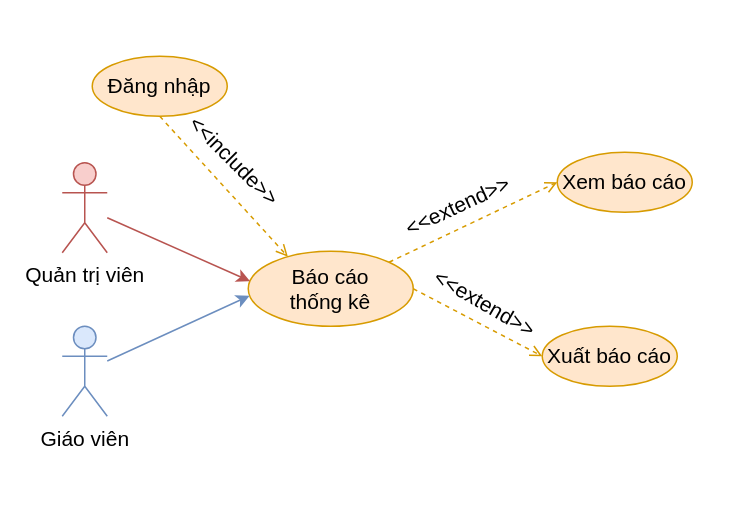
Above: Documents/draw/usecase/phan-ra/bao-cao-thong-ke.drawio in copecute/do-an-tot-nghiep (draw.io), before the change. Source tidied: cells renumbered, new cells numbered last; positions are measured from the earlier drawing's top-left corner, leaving out a move shared by most shapes. Both pictures are drawn from the tidied source at 150%, with x=0, y=0 at pixel (62, 56).
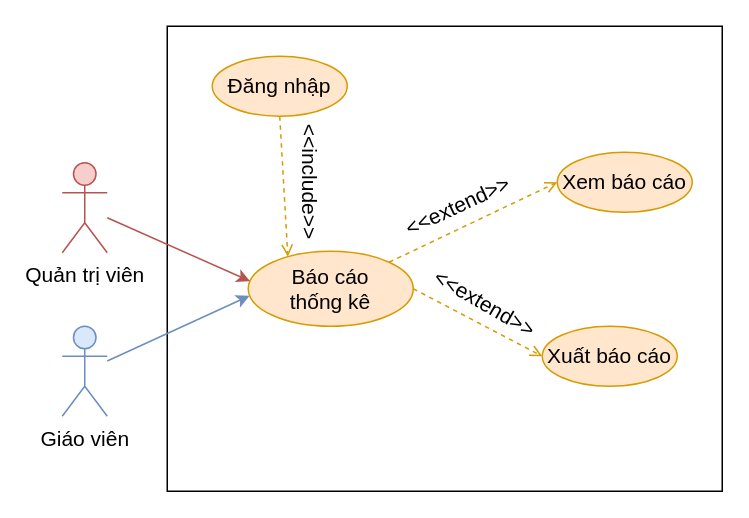
The same page after the edit.

Change to the diagram source:
```diff
@@
 <mxGraphModel>
   <root>
     <mxCell id="0" />
     <mxCell id="1" parent="0" />
+    <mxCell id="16" style="rounded=0;whiteSpace=wrap;html=1;" parent="1" vertex="1">
+      <mxGeometry x="70" y="-20" width="370" height="310" as="geometry" />
+    </mxCell>
     <mxCell id="2" value="Báo cáo&lt;br&gt;thống kê" style="ellipse;whiteSpace=wrap;html=1;fillColor=#ffe6cc;strokeColor=#d79b00;fontSize=14;" parent="1" vertex="1">
       <mxGeometry x="124" y="130" width="110" height="50" as="geometry" />
     </mxCell>
     <mxCell id="3" style="rounded=0;jettySize=auto;html=1;entryX=0;entryY=0.5;entryDx=0;entryDy=0;fillColor=#ffe6cc;strokeColor=#d79b00;exitX=1;exitY=0;exitDx=0;exitDy=0;dashed=1;fontSize=14;endArrow=open;endFill=0;" parent="1" edge="1" source="2" target="5">
       <mxGeometry relative="1" as="geometry" />
     </mxCell>
     <mxCell id="4" style="rounded=0;jettySize=auto;html=1;exitX=1;exitY=0.5;exitDx=0;exitDy=0;entryX=0;entryY=0.5;entryDx=0;entryDy=0;fillColor=#ffe6cc;strokeColor=#d79b00;dashed=1;fontSize=14;endArrow=open;endFill=0;" parent="1" edge="1" source="2" target="6">
       <mxGeometry relative="1" as="geometry" />
     </mxCell>
     <mxCell id="5" value="Xem báo cáo" style="ellipse;whiteSpace=wrap;html=1;fillColor=#ffe6cc;strokeColor=#d79b00;fontSize=14;" parent="1" vertex="1">
       <mxGeometry x="330" y="64" width="90" height="40" as="geometry" />
     </mxCell>
     <mxCell id="6" value="Xuất báo cáo" style="ellipse;whiteSpace=wrap;html=1;fillColor=#ffe6cc;strokeColor=#d79b00;fontSize=14;" parent="1" vertex="1">
       <mxGeometry x="320" y="180" width="90" height="40" as="geometry" />
     </mxCell>
     <mxCell id="7" value="&lt;font style=&quot;font-size: 14px;&quot;&gt;&amp;lt;&amp;lt;extend&amp;gt;&amp;gt;&lt;/font&gt;" style="text;html=1;strokeColor=none;fillColor=none;align=center;verticalAlign=middle;whiteSpace=wrap;rounded=0;rotation=-25;fontSize=14;" parent="1" vertex="1">
       <mxGeometry x="234" y="85" width="60" height="30" as="geometry" />
     </mxCell>
     <mxCell id="8" value="&lt;font style=&quot;font-size: 14px;&quot;&gt;&amp;lt;&amp;lt;extend&amp;gt;&amp;gt;&lt;/font&gt;" style="text;html=1;strokeColor=none;fillColor=none;align=center;verticalAlign=middle;whiteSpace=wrap;rounded=0;rotation=30;fontSize=14;" parent="1" vertex="1">
       <mxGeometry x="252" y="150" width="60" height="30" as="geometry" />
     </mxCell>
     <mxCell id="9" style="rounded=0;jettySize=auto;html=1;entryX=0.011;entryY=0.399;entryDx=0;entryDy=0;fillColor=#f8cecc;strokeColor=#b85450;fontSize=14;entryPerimeter=0;" parent="1" edge="1" source="10" target="2">
       <mxGeometry relative="1" as="geometry" />
     </mxCell>
     <mxCell id="10" value="Quản trị viên" style="shape=umlActor;verticalLabelPosition=bottom;verticalAlign=top;html=1;outlineConnect=0;fillColor=#f8cecc;strokeColor=#b85450;fontSize=14;" parent="1" vertex="1">
       <mxGeometry y="71" width="30" height="60" as="geometry" />
     </mxCell>
     <mxCell id="11" style="rounded=0;jettySize=auto;html=1;entryX=0.24;entryY=0.072;entryDx=0;entryDy=0;fillColor=#ffe6cc;strokeColor=#d79b00;endArrow=open;endFill=0;dashed=1;exitX=0.5;exitY=1;exitDx=0;exitDy=0;entryPerimeter=0;" parent="1" edge="1" source="12" target="2">
       <mxGeometry relative="1" as="geometry" />
     </mxCell>
     <mxCell id="12" value="Đăng nhập" style="ellipse;whiteSpace=wrap;html=1;fillColor=#ffe6cc;strokeColor=#d79b00;fontSize=14;" parent="1" vertex="1">
-      <mxGeometry x="20" width="90" height="40" as="geometry" />
+      <mxGeometry x="100" width="90" height="40" as="geometry" />
     </mxCell>
-    <mxCell id="13" value="&lt;font&gt;&amp;lt;&amp;lt;include&amp;gt;&amp;gt;&lt;/font&gt;" style="text;html=1;strokeColor=none;fillColor=none;align=center;verticalAlign=middle;whiteSpace=wrap;rounded=0;rotation=45;fontSize=14;" parent="1" vertex="1">
-      <mxGeometry x="85" y="55" width="60" height="30" as="geometry" />
+    <mxCell id="13" value="&lt;font&gt;&amp;lt;&amp;lt;include&amp;gt;&amp;gt;&lt;/font&gt;" style="text;html=1;strokeColor=none;fillColor=none;align=center;verticalAlign=middle;whiteSpace=wrap;rounded=0;rotation=90;fontSize=14;" parent="1" vertex="1">
+      <mxGeometry x="135" y="69" width="60" height="30" as="geometry" />
     </mxCell>
     <mxCell id="14" style="rounded=0;jettySize=auto;html=1;entryX=0.008;entryY=0.593;entryDx=0;entryDy=0;fillColor=#dae8fc;strokeColor=#6c8ebf;entryPerimeter=0;" parent="1" edge="1" source="15" target="2">
       <mxGeometry relative="1" as="geometry" />
     </mxCell>
     <mxCell id="15" value="Giáo viên" style="shape=umlActor;verticalLabelPosition=bottom;verticalAlign=top;html=1;outlineConnect=0;fillColor=#dae8fc;strokeColor=#6c8ebf;fontSize=14;" parent="1" vertex="1">
       <mxGeometry y="180" width="30" height="60" as="geometry" />
     </mxCell>
   </root>
 </mxGraphModel>
```
